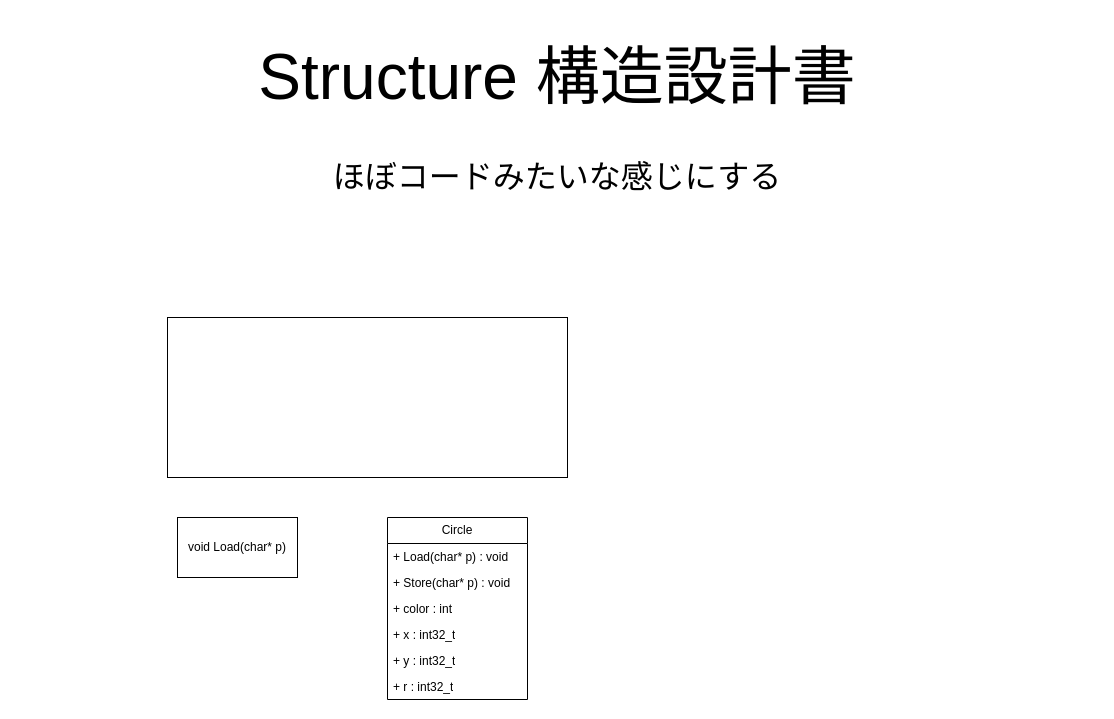
Above: page "！構造！" (3 of 4) of network_design.drawio in skeita0004/CircleShow (draw.io), before the change. Source tidied: cells renumbered, new cells numbered last; positions are measured from the earlier drawing's top-left corner, leaving out a move shared by most shapes. Both pictures are drawn from the tidied source at 100%, with x=0, y=0 at pixel (17, 17).
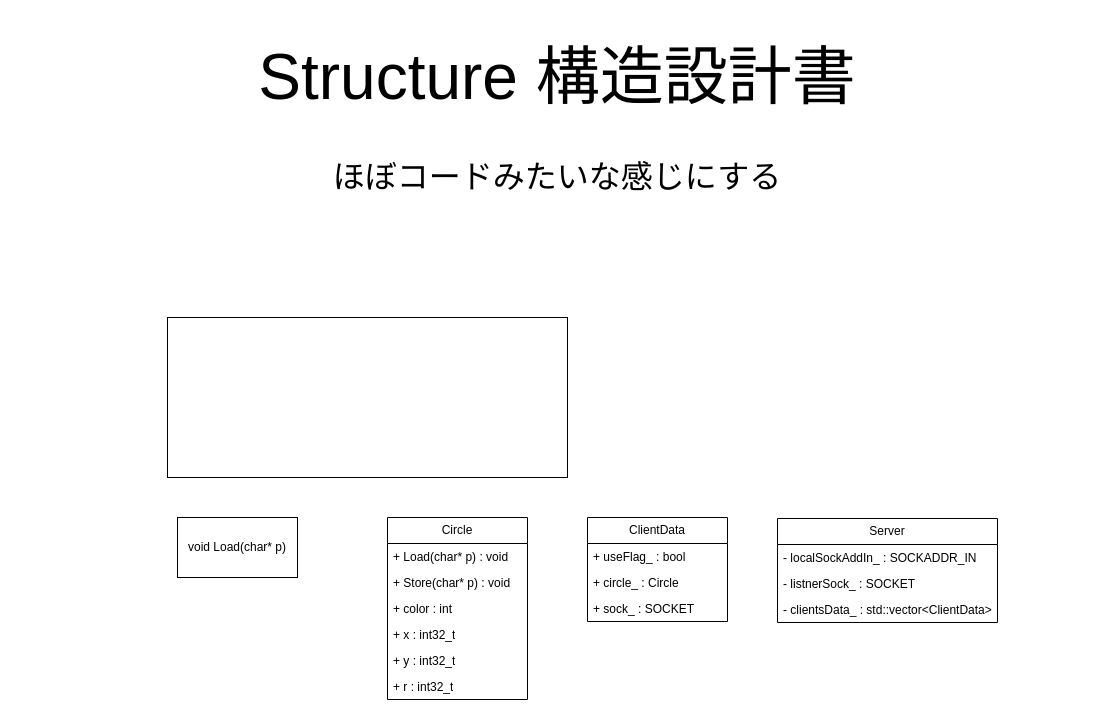
After the change.

The edit, as a diff of the source:
```diff
@@
+    <mxCell id="13" value="ClientData" style="swimlane;fontStyle=0;horizontal=1;startSize=26;fillColor=none;whiteSpace=wrap;html=1;" parent="1" vertex="1">
+      <mxGeometry x="570" y="500" width="140" height="104" as="geometry" />
+    </mxCell>
+    <mxCell id="14" value="+ useFlag_ : bool" style="text;strokeColor=none;fillColor=none;align=left;verticalAlign=top;spacingLeft=4;spacingRight=4;overflow=hidden;whiteSpace=wrap;html=1;" parent="13" vertex="1">
+      <mxGeometry y="26" width="140" height="26" as="geometry" />
+    </mxCell>
+    <mxCell id="15" value="+ circle_ : Circle" style="text;strokeColor=none;fillColor=none;align=left;verticalAlign=top;spacingLeft=4;spacingRight=4;overflow=hidden;whiteSpace=wrap;html=1;" parent="13" vertex="1">
+      <mxGeometry y="52" width="140" height="26" as="geometry" />
+    </mxCell>
+    <mxCell id="16" value="+ sock_ : SOCKET" style="text;strokeColor=none;fillColor=none;align=left;verticalAlign=top;spacingLeft=4;spacingRight=4;overflow=hidden;whiteSpace=wrap;html=1;" parent="13" vertex="1">
+      <mxGeometry y="78" width="140" height="26" as="geometry" />
+    </mxCell>
+    <mxCell id="17" value="Server" style="swimlane;fontStyle=0;horizontal=1;startSize=26;fillColor=none;whiteSpace=wrap;html=1;" parent="1" vertex="1">
+      <mxGeometry x="760" y="501" width="220" height="104" as="geometry" />
+    </mxCell>
+    <mxCell id="18" value="- localSockAddIn_ : SOCKADDR_IN" style="text;strokeColor=none;fillColor=none;align=left;verticalAlign=top;spacingLeft=4;spacingRight=4;overflow=hidden;whiteSpace=wrap;html=1;" parent="17" vertex="1">
+      <mxGeometry y="26" width="220" height="26" as="geometry" />
+    </mxCell>
+    <mxCell id="19" value="- listnerSock_ : SOCKET" style="text;strokeColor=none;fillColor=none;align=left;verticalAlign=top;spacingLeft=4;spacingRight=4;overflow=hidden;whiteSpace=wrap;html=1;" parent="17" vertex="1">
+      <mxGeometry y="52" width="220" height="26" as="geometry" />
+    </mxCell>
+    <mxCell id="20" value="- clientsData_ : std::vector&amp;lt;ClientData&amp;gt;" style="text;strokeColor=none;fillColor=none;align=left;verticalAlign=top;spacingLeft=4;spacingRight=4;overflow=hidden;whiteSpace=wrap;html=1;" parent="17" vertex="1">
+      <mxGeometry y="78" width="220" height="26" as="geometry" />
+    </mxCell>
```
